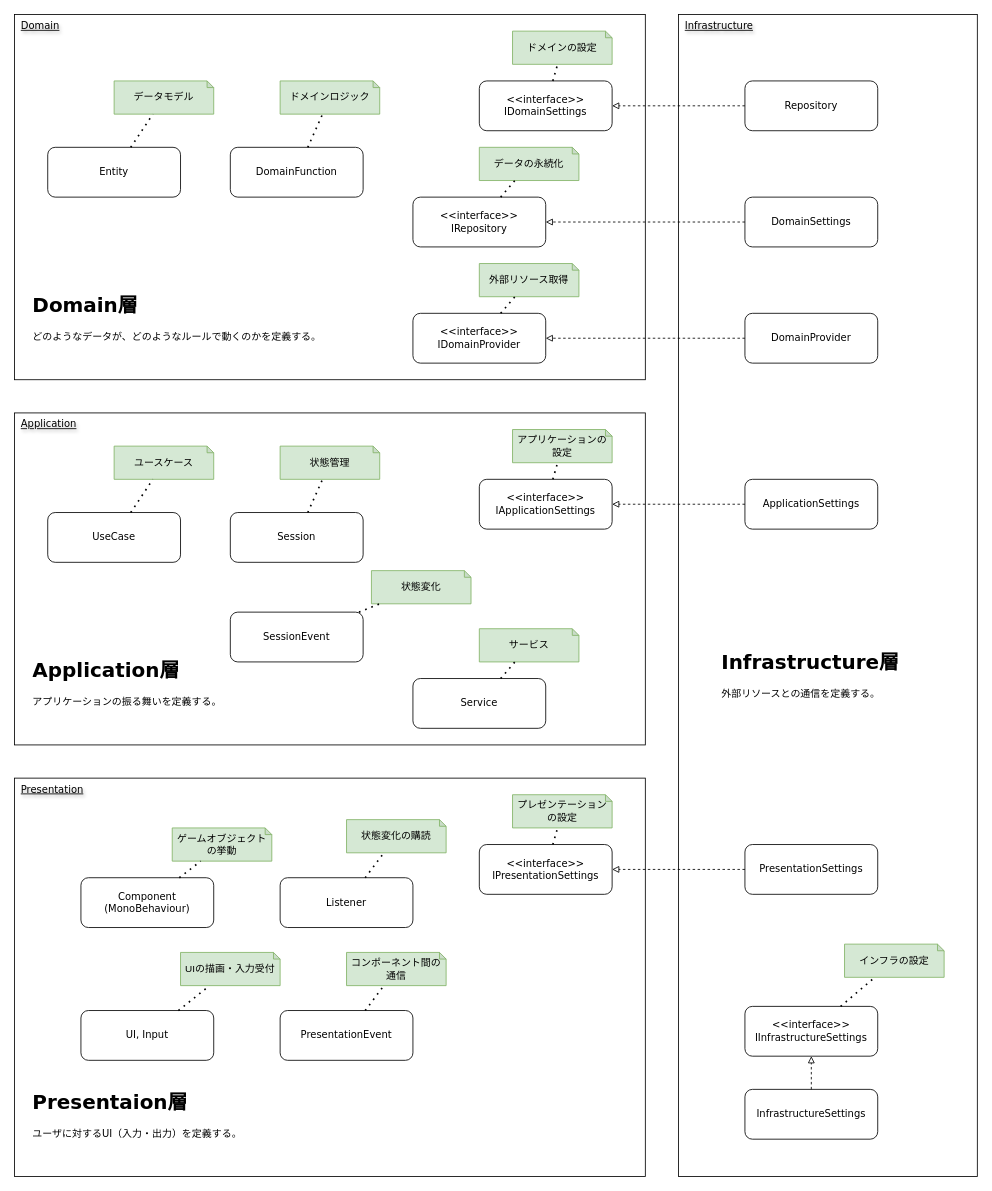
The draw.io diagram books/ushibutatory-gamedev-5/architecture.drawio in ushibutatory/tech-images, before the edit. Source tidied: cells renumbered, new cells numbered last; positions are measured from the earlier drawing's top-left corner, leaving out a move shared by most shapes. Both pictures are drawn from the tidied source at 83%, with x=0, y=0 at pixel (14, 14).
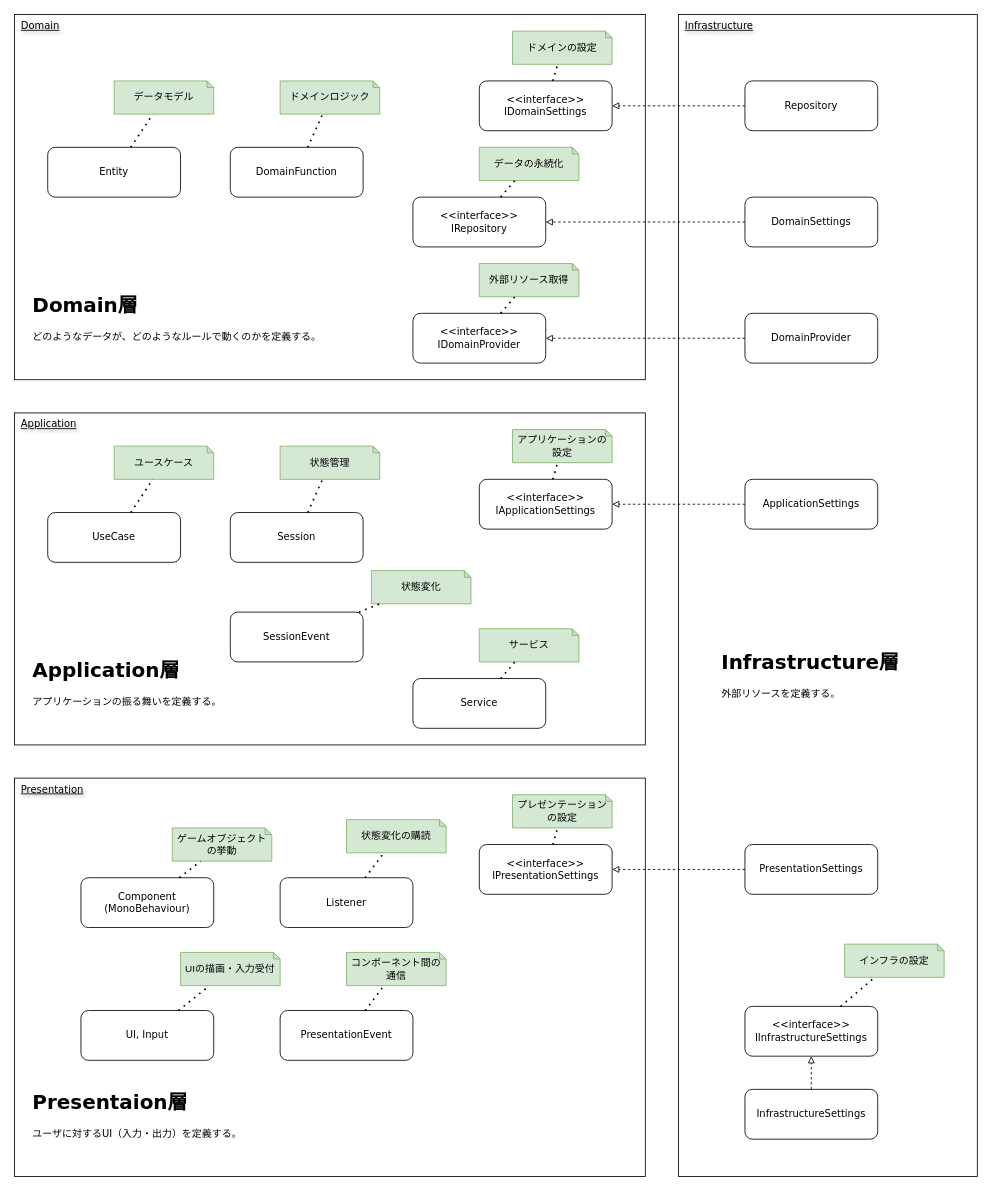
Above is the later version.

The edit, as a diff of the source:
```diff
@@
-    <mxCell id="69" value="&lt;h1 style=&quot;margin-top: 0px;&quot;&gt;Infrastructure層&lt;/h1&gt;&lt;p&gt;外部リソースとの通信を定義する。&lt;/p&gt;" style="text;html=1;whiteSpace=wrap;overflow=hidden;rounded=0;fontFamily=Verdana;" parent="1" vertex="1">
+    <mxCell id="69" value="&lt;h1 style=&quot;margin-top: 0px;&quot;&gt;Infrastructure層&lt;/h1&gt;&lt;p&gt;外部リソースを定義する。&lt;/p&gt;" style="text;html=1;whiteSpace=wrap;overflow=hidden;rounded=0;fontFamily=Verdana;" parent="1" vertex="1">
       <mxGeometry x="850" y="760" width="290" height="90" as="geometry" />
     </mxCell>
```
